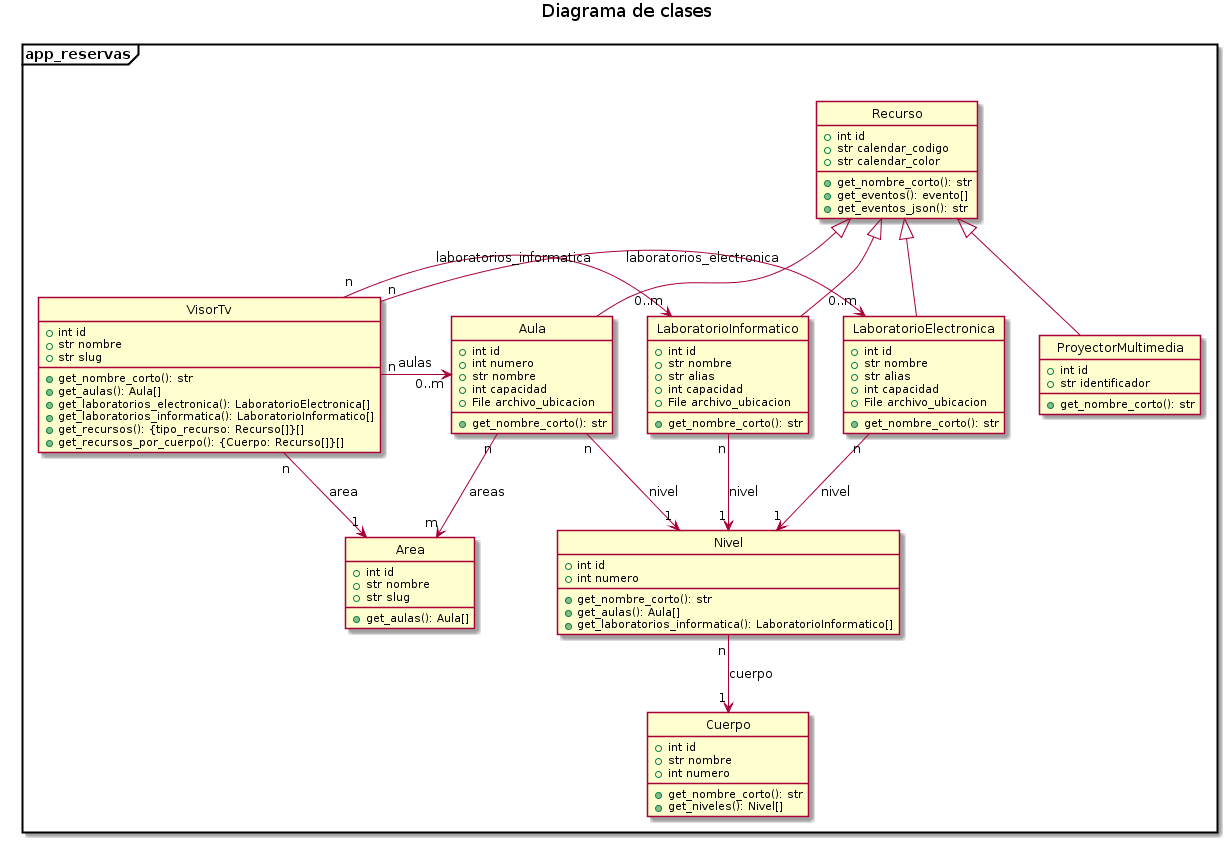
Before: docs/uml/diagrama_clases.png, a diagram exported from PlantUML (utn-frm-si/reservas).
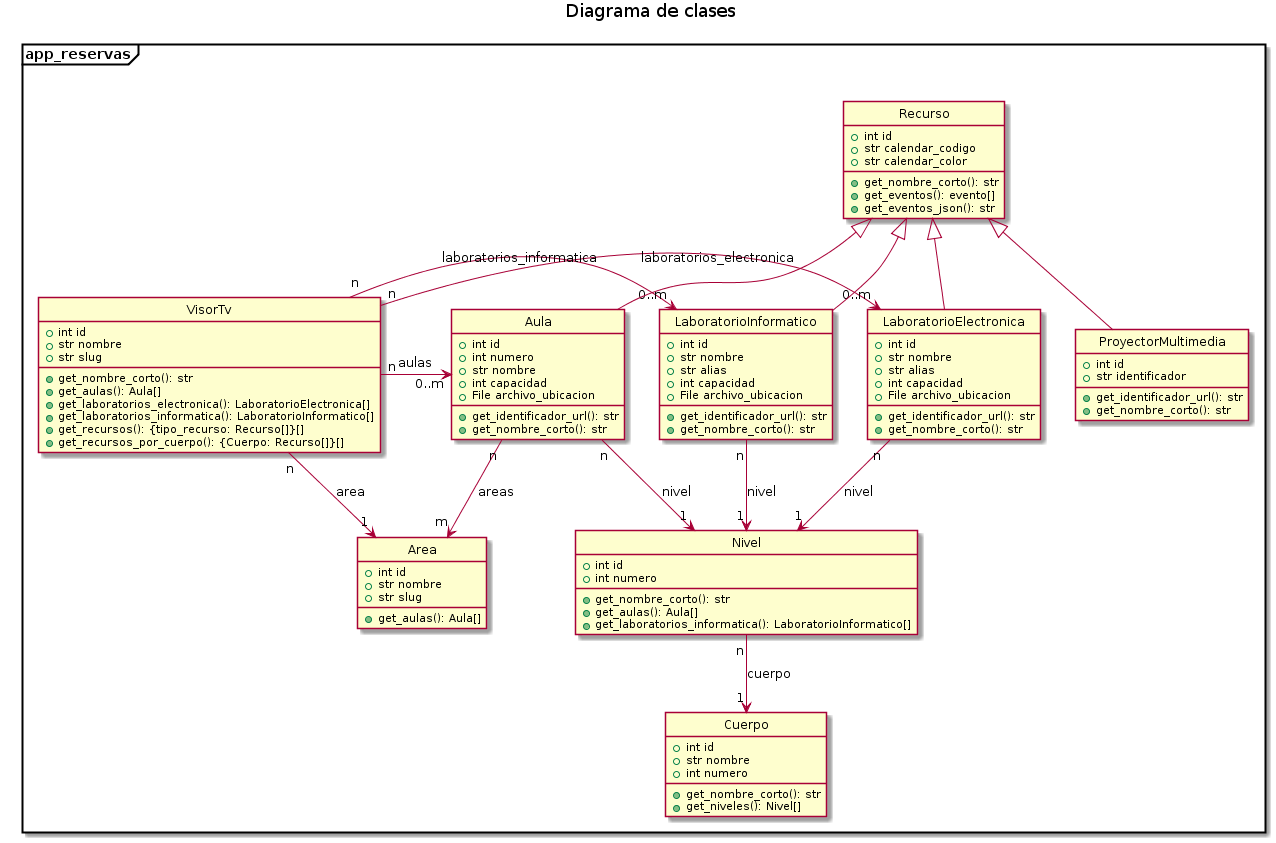
Later version of the same file.

Commit message:
Especificación de identificador URL para diferentes recursos (#185)

What changed in the source:
```diff
@@ -27,6 +27,7 @@
         + str nombre
         + int capacidad
         + File archivo_ubicacion
+        + get_identificador_url(): str
         + get_nombre_corto(): str
     }
 
@@ -44,6 +45,7 @@
         + str alias
         + int capacidad
         + File archivo_ubicacion
+        + get_identificador_url(): str
         + get_nombre_corto(): str
     }
 
@@ -53,6 +55,7 @@
         + str alias
         + int capacidad
         + File archivo_ubicacion
+        + get_identificador_url(): str
         + get_nombre_corto(): str
     }
 
@@ -67,6 +70,7 @@
     class ProyectorMultimedia {
         + int id
         + str identificador
+        + get_identificador_url(): str
         + get_nombre_corto(): str
     }
 
```
